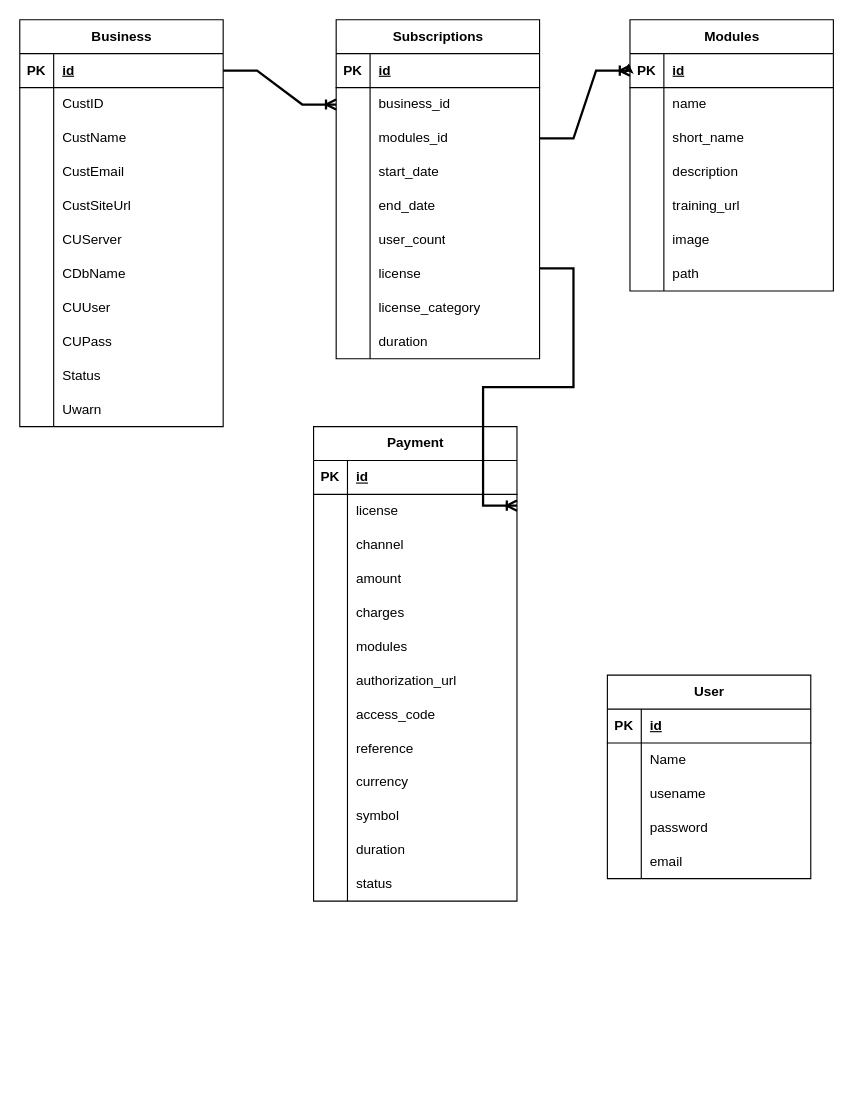
Before: Untitled Diagram.drawio in Soft-Solution-Limited/DB-designs, a draw.io diagram. Source tidied: cells renumbered, new cells numbered last; positions are measured from the earlier drawing's top-left corner, leaving out a move shared by most shapes. Both pictures are drawn from the tidied source at 113%, with x=0, y=0 at pixel (19, 19).
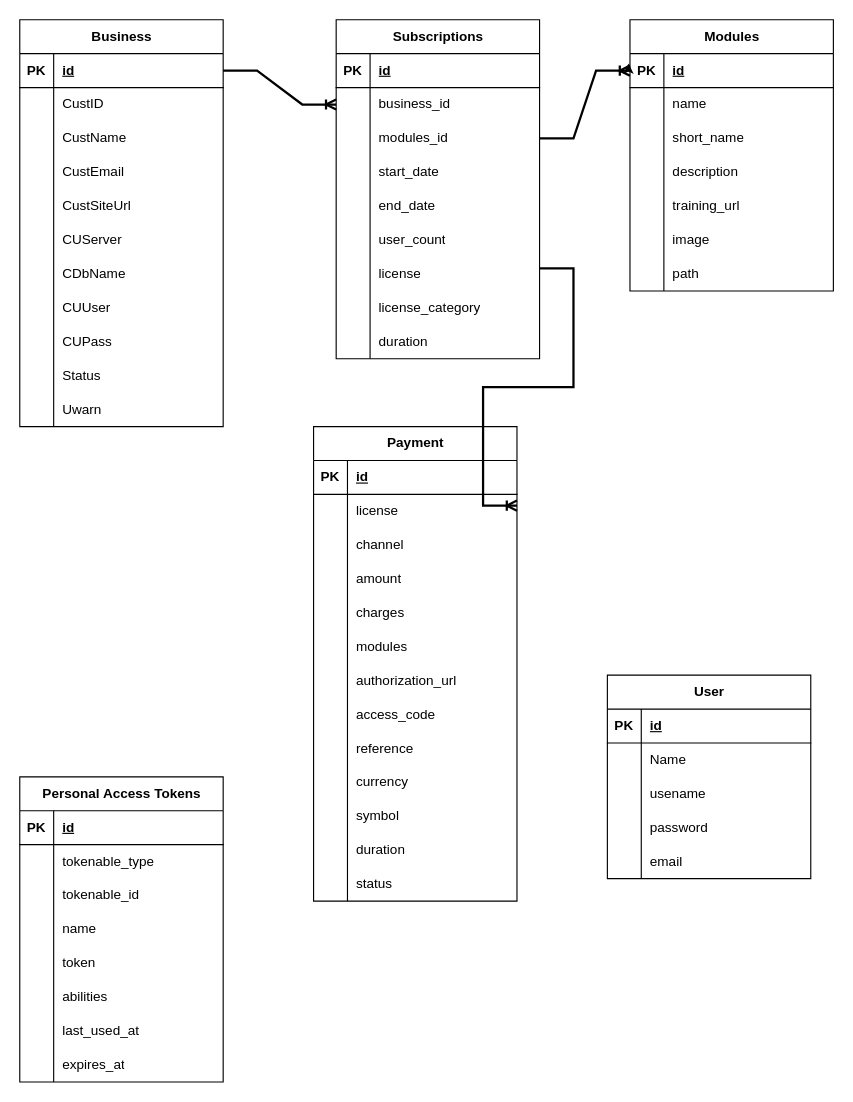
The same diagram, later.

Change to the diagram source:
```diff
@@
+    <mxCell id="146" value="Personal Access Tokens" style="shape=table;startSize=30;childLayout=tableLayout;rowLines=0;fontStyle=1;align=center;html=1;" parent="1" vertex="1">
+      <mxGeometry y="670" width="180" height="270" as="geometry" />
+    </mxCell>
+    <mxCell id="147" style="shape=tableRow;horizontal=0;startSize=0;swimlaneHead=0;swimlaneBody=0;fillColor=none;top=0;left=0;right=0;bottom=1;" parent="146" vertex="1">
+      <mxGeometry y="30" width="180" height="30" as="geometry" />
+    </mxCell>
+    <mxCell id="148" value="PK" style="shape=partialRectangle;fillColor=none;top=0;left=0;bottom=0;right=0;fontStyle=1;overflow=hidden;whiteSpace=wrap;html=1;" parent="147" vertex="1">
+      <mxGeometry width="30" height="30" as="geometry" />
+    </mxCell>
+    <mxCell id="149" value="id" style="shape=partialRectangle;fillColor=none;top=0;left=0;bottom=0;right=0;align=left;spacingLeft=6;fontStyle=5;overflow=hidden;whiteSpace=wrap;html=1;" parent="147" vertex="1">
+      <mxGeometry x="30" width="150" height="30" as="geometry" />
+    </mxCell>
+    <mxCell id="150" style="shape=tableRow;horizontal=0;startSize=0;swimlaneHead=0;swimlaneBody=0;fillColor=none;top=0;left=0;right=0;bottom=0;" parent="146" vertex="1">
+      <mxGeometry y="60" width="180" height="30" as="geometry" />
+    </mxCell>
+    <mxCell id="151" style="shape=partialRectangle;fillColor=none;top=0;left=0;bottom=0;right=0;overflow=hidden;whiteSpace=wrap;html=1;" parent="150" vertex="1">
+      <mxGeometry width="30" height="30" as="geometry" />
+    </mxCell>
+    <mxCell id="152" value="tokenable_type" style="shape=partialRectangle;fillColor=none;top=0;left=0;bottom=0;right=0;align=left;spacingLeft=6;overflow=hidden;whiteSpace=wrap;html=1;" parent="150" vertex="1">
+      <mxGeometry x="30" width="150" height="30" as="geometry" />
+    </mxCell>
+    <mxCell id="153" style="shape=tableRow;horizontal=0;startSize=0;swimlaneHead=0;swimlaneBody=0;fillColor=none;top=0;left=0;right=0;bottom=0;" parent="146" vertex="1">
+      <mxGeometry y="90" width="180" height="30" as="geometry" />
+    </mxCell>
+    <mxCell id="154" style="shape=partialRectangle;fillColor=none;top=0;left=0;bottom=0;right=0;overflow=hidden;whiteSpace=wrap;html=1;" parent="153" vertex="1">
+      <mxGeometry width="30" height="30" as="geometry" />
+    </mxCell>
+    <mxCell id="155" value="tokenable_id" style="shape=partialRectangle;fillColor=none;top=0;left=0;bottom=0;right=0;align=left;spacingLeft=6;overflow=hidden;whiteSpace=wrap;html=1;" parent="153" vertex="1">
+      <mxGeometry x="30" width="150" height="30" as="geometry" />
+    </mxCell>
+    <mxCell id="156" style="shape=tableRow;horizontal=0;startSize=0;swimlaneHead=0;swimlaneBody=0;fillColor=none;top=0;left=0;right=0;bottom=0;" parent="146" vertex="1">
+      <mxGeometry y="120" width="180" height="30" as="geometry" />
+    </mxCell>
+    <mxCell id="157" style="shape=partialRectangle;fillColor=none;top=0;left=0;bottom=0;right=0;overflow=hidden;whiteSpace=wrap;html=1;" parent="156" vertex="1">
+      <mxGeometry width="30" height="30" as="geometry" />
+    </mxCell>
+    <mxCell id="158" value="name" style="shape=partialRectangle;fillColor=none;top=0;left=0;bottom=0;right=0;align=left;spacingLeft=6;overflow=hidden;whiteSpace=wrap;html=1;" parent="156" vertex="1">
+      <mxGeometry x="30" width="150" height="30" as="geometry" />
+    </mxCell>
+    <mxCell id="159" style="shape=tableRow;horizontal=0;startSize=0;swimlaneHead=0;swimlaneBody=0;fillColor=none;top=0;left=0;right=0;bottom=0;" parent="146" vertex="1">
+      <mxGeometry y="150" width="180" height="30" as="geometry" />
+    </mxCell>
+    <mxCell id="160" style="shape=partialRectangle;fillColor=none;top=0;left=0;bottom=0;right=0;overflow=hidden;whiteSpace=wrap;html=1;" parent="159" vertex="1">
+      <mxGeometry width="30" height="30" as="geometry" />
+    </mxCell>
+    <mxCell id="161" value="token" style="shape=partialRectangle;fillColor=none;top=0;left=0;bottom=0;right=0;align=left;spacingLeft=6;overflow=hidden;whiteSpace=wrap;html=1;" parent="159" vertex="1">
+      <mxGeometry x="30" width="150" height="30" as="geometry" />
+    </mxCell>
+    <mxCell id="162" style="shape=tableRow;horizontal=0;startSize=0;swimlaneHead=0;swimlaneBody=0;fillColor=none;top=0;left=0;right=0;bottom=0;" parent="146" vertex="1">
+      <mxGeometry y="180" width="180" height="30" as="geometry" />
+    </mxCell>
+    <mxCell id="163" style="shape=partialRectangle;fillColor=none;top=0;left=0;bottom=0;right=0;overflow=hidden;whiteSpace=wrap;html=1;" parent="162" vertex="1">
+      <mxGeometry width="30" height="30" as="geometry" />
+    </mxCell>
+    <mxCell id="164" value="abilities" style="shape=partialRectangle;fillColor=none;top=0;left=0;bottom=0;right=0;align=left;spacingLeft=6;overflow=hidden;whiteSpace=wrap;html=1;" parent="162" vertex="1">
+      <mxGeometry x="30" width="150" height="30" as="geometry" />
+    </mxCell>
+    <mxCell id="165" style="shape=tableRow;horizontal=0;startSize=0;swimlaneHead=0;swimlaneBody=0;fillColor=none;top=0;left=0;right=0;bottom=0;" parent="146" vertex="1">
+      <mxGeometry y="210" width="180" height="30" as="geometry" />
+    </mxCell>
+    <mxCell id="166" style="shape=partialRectangle;fillColor=none;top=0;left=0;bottom=0;right=0;overflow=hidden;whiteSpace=wrap;html=1;" parent="165" vertex="1">
+      <mxGeometry width="30" height="30" as="geometry" />
+    </mxCell>
+    <mxCell id="167" value="last_used_at" style="shape=partialRectangle;fillColor=none;top=0;left=0;bottom=0;right=0;align=left;spacingLeft=6;overflow=hidden;whiteSpace=wrap;html=1;" parent="165" vertex="1">
+      <mxGeometry x="30" width="150" height="30" as="geometry" />
+    </mxCell>
+    <mxCell id="168" style="shape=tableRow;horizontal=0;startSize=0;swimlaneHead=0;swimlaneBody=0;fillColor=none;top=0;left=0;right=0;bottom=0;" parent="146" vertex="1">
+      <mxGeometry y="240" width="180" height="30" as="geometry" />
+    </mxCell>
+    <mxCell id="169" style="shape=partialRectangle;fillColor=none;top=0;left=0;bottom=0;right=0;overflow=hidden;whiteSpace=wrap;html=1;" parent="168" vertex="1">
+      <mxGeometry width="30" height="30" as="geometry" />
+    </mxCell>
+    <mxCell id="170" value="expires_at" style="shape=partialRectangle;fillColor=none;top=0;left=0;bottom=0;right=0;align=left;spacingLeft=6;overflow=hidden;whiteSpace=wrap;html=1;" parent="168" vertex="1">
+      <mxGeometry x="30" width="150" height="30" as="geometry" />
+    </mxCell>
```
